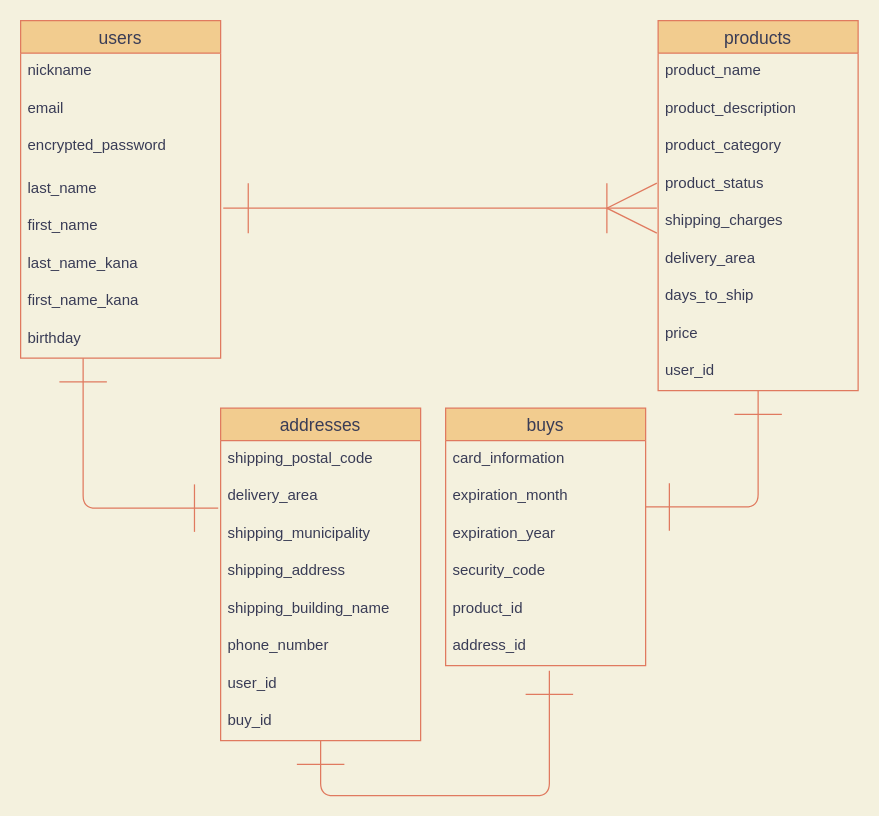
Above: ER.dio in takushi6363/furima-33353 (draw.io), before the change. Source tidied: cells renumbered, new cells numbered last; positions are measured from the earlier drawing's top-left corner, leaving out a move shared by most shapes. Both pictures are drawn from the tidied source at 125%, with x=0, y=0 at pixel (20, 20).
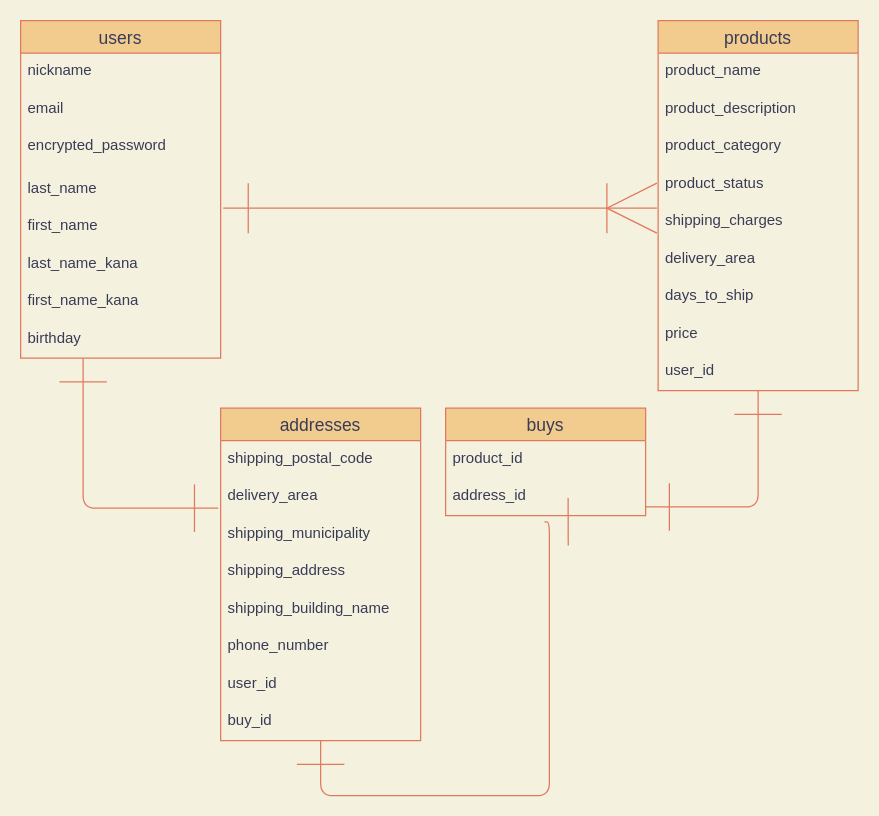
Above is the later version.

What changed in the source:
```diff
@@
     <mxCell id="21" value="buys" style="swimlane;fontStyle=0;horizontal=1;startSize=26;align=center;fontSize=14;fillColor=#F2CC8F;strokeColor=#E07A5F;fontColor=#393C56;" parent="1" vertex="1">
-      <mxGeometry x="340" y="310" width="160" height="206" as="geometry" />
+      <mxGeometry x="340" y="310" width="160" height="86" as="geometry" />
     </mxCell>
-    <mxCell id="22" value="card_information" style="text;strokeColor=none;fillColor=none;spacingLeft=4;spacingRight=4;overflow=hidden;fontSize=12;fontColor=#393C56;" parent="21" vertex="1">
-      <mxGeometry y="26" width="160" height="30" as="geometry" />
-    </mxCell>
-    <mxCell id="23" value="expiration_month" style="text;strokeColor=none;fillColor=none;spacingLeft=4;spacingRight=4;overflow=hidden;fontSize=12;fontColor=#393C56;" parent="21" vertex="1">
-      <mxGeometry y="56" width="160" height="30" as="geometry" />
-    </mxCell>
-    <mxCell id="24" value="expiration_year" style="text;strokeColor=none;fillColor=none;spacingLeft=4;spacingRight=4;overflow=hidden;fontSize=12;fontColor=#393C56;" parent="21" vertex="1">
-      <mxGeometry y="86" width="160" height="30" as="geometry" />
-    </mxCell>
-    <mxCell id="25" value="security_code" style="text;strokeColor=none;fillColor=none;spacingLeft=4;spacingRight=4;overflow=hidden;fontSize=12;fontColor=#393C56;" parent="21" vertex="1">
-      <mxGeometry y="116" width="160" height="30" as="geometry" />
-    </mxCell>
     <mxCell id="26" value="product_id" style="text;strokeColor=none;fillColor=none;spacingLeft=4;spacingRight=4;overflow=hidden;fontSize=12;fontColor=#393C56;" parent="21" vertex="1">
-      <mxGeometry y="146" width="160" height="30" as="geometry" />
+      <mxGeometry y="26" width="160" height="30" as="geometry" />
     </mxCell>
     <mxCell id="27" value="address_id" style="text;strokeColor=none;fillColor=none;spacingLeft=4;spacingRight=4;overflow=hidden;points=[[0,0.5],[1,0.5]];portConstraint=eastwest;fontSize=12;fontColor=#393C56;" parent="21" vertex="1">
-      <mxGeometry y="176" width="160" height="30" as="geometry" />
+      <mxGeometry y="56" width="160" height="30" as="geometry" />
     </mxCell>
@@
-    <mxCell id="40" style="edgeStyle=segmentEdgeStyle;endArrow=ERone;html=1;strokeWidth=1;startArrow=ERone;startFill=0;endFill=0;endSize=36;startSize=36;exitX=0.494;exitY=1.133;exitDx=0;exitDy=0;exitPerimeter=0;strokeColor=#E07A5F;fontColor=#393C56;labelBackgroundColor=#F4F1DE;" parent="1" edge="1">
+    <mxCell id="40" style="edgeStyle=segmentEdgeStyle;endArrow=ERone;html=1;strokeWidth=1;startArrow=ERone;startFill=0;endFill=0;endSize=36;startSize=36;exitX=0.494;exitY=1.133;exitDx=0;exitDy=0;exitPerimeter=0;strokeColor=#E07A5F;fontColor=#393C56;labelBackgroundColor=#F4F1DE;entryX=0.494;entryY=1.167;entryDx=0;entryDy=0;entryPerimeter=0;" parent="1" edge="1" target="27">
       <mxGeometry relative="1" as="geometry">
         <mxPoint x="240" y="576" as="sourcePoint" />
-        <mxPoint x="423" y="520" as="targetPoint" />
         <Array as="points">
           <mxPoint x="240" y="620" />
           <mxPoint x="423" y="620" />
+          <mxPoint x="423" y="401" />
         </Array>
       </mxGeometry>
     </mxCell>
```
